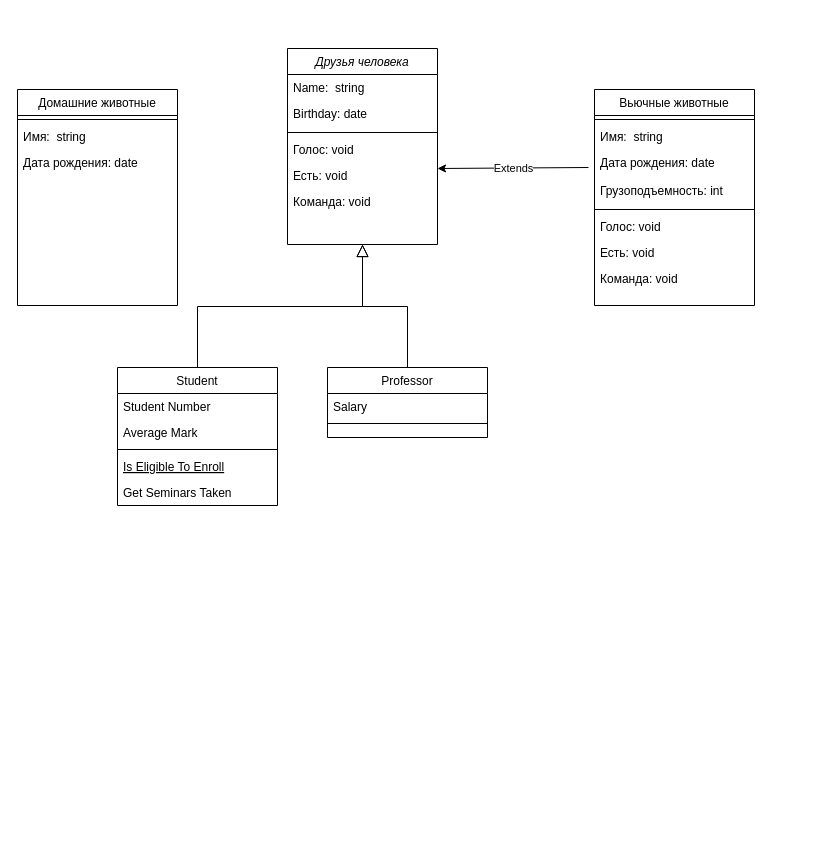
This is Диаграмма без названия.drawio from TimBusuok/intervalforGB, a draw.io file, before an edit. Source tidied: cells renumbered, new cells numbered last; positions are measured from the earlier drawing's top-left corner, leaving out a move shared by most shapes. Both pictures are drawn from the tidied source at 100%, with x=0, y=0 at pixel (17, 48).
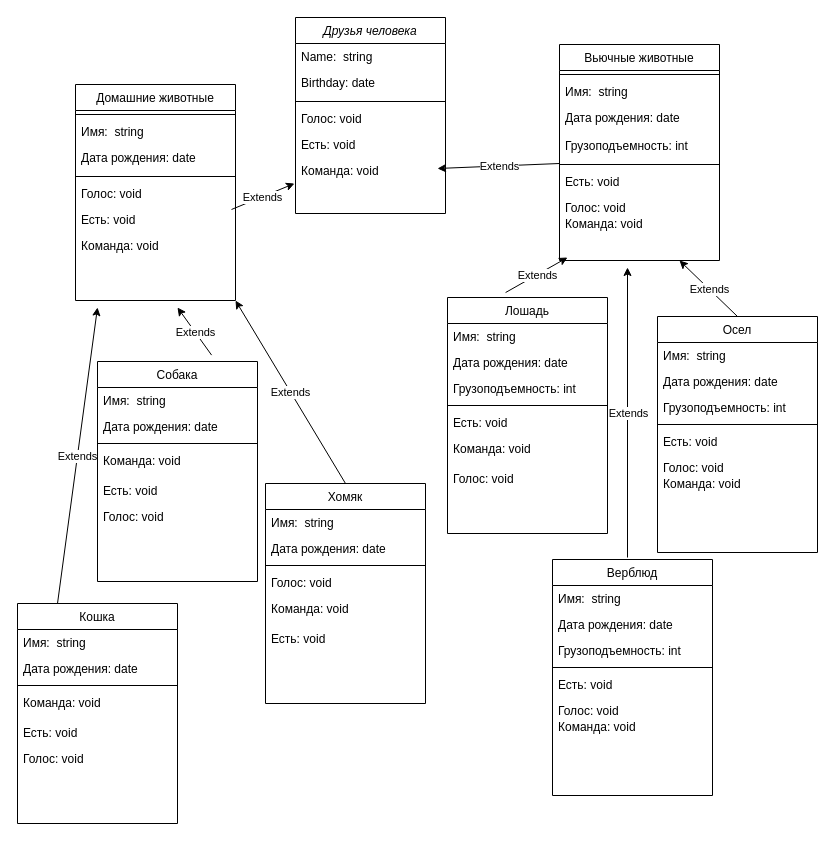
The same page after the edit.

Commit message:
доделала диаграмму

The change refers to these unchanged cells:
```xml
<mxCell id="8" value="Команда: void" style="text;align=left;verticalAlign=top;spacingLeft=4;spacingRight=4;overflow=hidden;points=[[0,0.5],[1,0.5]];portConstraint=eastwest;" parent="2" vertex="1">
  <mxGeometry y="140" width="150" height="30" as="geometry" />
</mxCell>
<mxCell id="25" style="line;html=1;strokeWidth=1;align=left;verticalAlign=middle;spacingTop=-1;spacingLeft=3;spacingRight=3;labelPosition=right;points=[];portConstraint=eastwest;" parent="20" vertex="1">
  <mxGeometry y="116" width="160" height="8" as="geometry" />
</mxCell>
```

Change to the diagram source:
```diff
@@
     <mxCell id="2" value="Друзья человека" style="swimlane;fontStyle=2;align=center;verticalAlign=top;horizontal=1;startSize=26;rounded=0;shadow=0;strokeWidth=1;" parent="1" vertex="1">
-      <mxGeometry x="270" width="150" height="196" as="geometry" />
+      <mxGeometry x="278" y="-31" width="150" height="196" as="geometry" />
     </mxCell>
@@
-    <mxCell id="9" value="Student" style="swimlane;fontStyle=0;align=center;verticalAlign=top;horizontal=1;startSize=26;rounded=0;shadow=0;strokeWidth=1;" parent="1" vertex="1">
-      <mxGeometry x="100" y="319" width="160" height="138" as="geometry" />
+    <mxCell id="9" value="Собака" style="swimlane;fontStyle=0;align=center;verticalAlign=top;horizontal=1;startSize=26;rounded=0;shadow=0;strokeWidth=1;" parent="1" vertex="1">
+      <mxGeometry x="80" y="313" width="160" height="220" as="geometry" />
     </mxCell>
-    <mxCell id="10" value="Student Number" style="text;align=left;verticalAlign=top;spacingLeft=4;spacingRight=4;overflow=hidden;" parent="9" vertex="1">
+    <mxCell id="10" value="Имя:  string" style="text;align=left;verticalAlign=top;spacingLeft=4;spacingRight=4;overflow=hidden;" parent="9" vertex="1">
       <mxGeometry y="26" width="160" height="26" as="geometry" />
     </mxCell>
-    <mxCell id="11" value="Average Mark" style="text;align=left;verticalAlign=top;spacingLeft=4;spacingRight=4;overflow=hidden;rounded=0;shadow=0;html=0;" parent="9" vertex="1">
+    <mxCell id="11" value="Дата рождения: date" style="text;align=left;verticalAlign=top;spacingLeft=4;spacingRight=4;overflow=hidden;rounded=0;shadow=0;html=0;" parent="9" vertex="1">
       <mxGeometry y="52" width="160" height="26" as="geometry" />
     </mxCell>
@@
-    <mxCell id="13" value="Is Eligible To Enroll" style="text;align=left;verticalAlign=top;spacingLeft=4;spacingRight=4;overflow=hidden;fontStyle=4;" parent="9" vertex="1">
-      <mxGeometry y="86" width="160" height="26" as="geometry" />
-    </mxCell>
-    <mxCell id="14" value="Get Seminars Taken" style="text;align=left;verticalAlign=top;spacingLeft=4;spacingRight=4;overflow=hidden;" parent="9" vertex="1">
-      <mxGeometry y="112" width="160" height="26" as="geometry" />
-    </mxCell>
-    <mxCell id="15" style="endArrow=block;endSize=10;endFill=0;shadow=0;strokeWidth=1;rounded=0;edgeStyle=elbowEdgeStyle;elbow=vertical;" parent="1" edge="1" source="9" target="2">
-      <mxGeometry relative="1" as="geometry" />
-    </mxCell>
-    <mxCell id="16" value="Professor" style="swimlane;fontStyle=0;align=center;verticalAlign=top;horizontal=1;startSize=26;rounded=0;shadow=0;strokeWidth=1;" parent="1" vertex="1">
-      <mxGeometry x="310" y="319" width="160" height="70" as="geometry" />
-    </mxCell>
-    <mxCell id="17" value="Salary" style="text;align=left;verticalAlign=top;spacingLeft=4;spacingRight=4;overflow=hidden;" parent="16" vertex="1">
-      <mxGeometry y="26" width="160" height="26" as="geometry" />
-    </mxCell>
-    <mxCell id="18" style="line;html=1;strokeWidth=1;align=left;verticalAlign=middle;spacingTop=-1;spacingLeft=3;spacingRight=3;labelPosition=right;" parent="16" vertex="1">
-      <mxGeometry y="52" width="160" height="8" as="geometry" />
-    </mxCell>
-    <mxCell id="19" style="endArrow=block;endSize=10;endFill=0;shadow=0;strokeWidth=1;rounded=0;edgeStyle=elbowEdgeStyle;elbow=vertical;" parent="1" edge="1" source="16" target="2">
-      <mxGeometry relative="1" as="geometry" />
-    </mxCell>
+    <mxCell id="35" value="Команда: void" style="text;align=left;verticalAlign=top;spacingLeft=4;spacingRight=4;overflow=hidden;" parent="9" vertex="1">
+      <mxGeometry y="86" width="160" height="30" as="geometry" />
+    </mxCell>
+    <mxCell id="36" value="Есть: void" style="text;align=left;verticalAlign=top;spacingLeft=4;spacingRight=4;overflow=hidden;" parent="9" vertex="1">
+      <mxGeometry y="116" width="160" height="26" as="geometry" />
+    </mxCell>
+    <mxCell id="37" value="Голос: void" style="text;align=left;verticalAlign=top;spacingLeft=4;spacingRight=4;overflow=hidden;" parent="9" vertex="1">
+      <mxGeometry y="142" width="160" height="26" as="geometry" />
+    </mxCell>
     <mxCell id="20" value="Вьючные животные" style="swimlane;fontStyle=0;align=center;verticalAlign=top;horizontal=1;startSize=26;rounded=0;shadow=0;strokeWidth=1;" parent="1" vertex="1">
-      <mxGeometry x="577" y="41" width="160" height="216" as="geometry" />
+      <mxGeometry x="542" y="-4" width="160" height="216" as="geometry" />
     </mxCell>
@@
+    <mxCell id="27" value="Есть: void" style="text;align=left;verticalAlign=top;spacingLeft=4;spacingRight=4;overflow=hidden;" parent="20" vertex="1">
+      <mxGeometry y="124" width="160" height="26" as="geometry" />
+    </mxCell>
     <mxCell id="26" value="Голос: void" style="text;align=left;verticalAlign=top;spacingLeft=4;spacingRight=4;overflow=hidden;" parent="20" vertex="1">
-      <mxGeometry y="124" width="160" height="26" as="geometry" />
+      <mxGeometry y="150" width="160" height="16" as="geometry" />
     </mxCell>
-    <mxCell id="27" value="Есть: void" style="text;align=left;verticalAlign=top;spacingLeft=4;spacingRight=4;overflow=hidden;" parent="20" vertex="1">
-      <mxGeometry y="150" width="160" height="26" as="geometry" />
-    </mxCell>
     <mxCell id="28" value="Команда: void" style="text;align=left;verticalAlign=top;spacingLeft=4;spacingRight=4;overflow=hidden;" parent="20" vertex="1">
-      <mxGeometry y="176" width="160" height="30" as="geometry" />
+      <mxGeometry y="166" width="160" height="30" as="geometry" />
     </mxCell>
-    <mxCell id="29" style="endArrow=classic;html=1;rounded=0;exitX=0;exitY=0.5;exitDx=0;exitDy=0;" parent="1" edge="1">
+    <mxCell id="29" style="endArrow=classic;html=1;rounded=0;exitX=0;exitY=0.375;exitDx=0;exitDy=0;exitPerimeter=0;" parent="1" edge="1" source="25">
       <mxGeometry relative="1" as="geometry">
-        <mxPoint x="571" y="119" as="sourcePoint" />
         <mxPoint x="420" y="120" as="targetPoint" />
       </mxGeometry>
     </mxCell>
@@
     <mxCell id="31" value="Домашние животные" style="swimlane;fontStyle=0;align=center;verticalAlign=top;horizontal=1;startSize=26;rounded=0;shadow=0;strokeWidth=1;" parent="1" vertex="1">
-      <mxGeometry y="41" width="160" height="216" as="geometry" />
+      <mxGeometry x="58" y="36" width="160" height="216" as="geometry" />
     </mxCell>
@@
+    <mxCell id="38" style="line;html=1;strokeWidth=1;align=left;verticalAlign=middle;spacingTop=-1;spacingLeft=3;spacingRight=3;labelPosition=right;" parent="31" vertex="1">
+      <mxGeometry y="88" width="160" height="8" as="geometry" />
+    </mxCell>
+    <mxCell id="39" value="Голос: void" style="text;align=left;verticalAlign=top;spacingLeft=4;spacingRight=4;overflow=hidden;" parent="31" vertex="1">
+      <mxGeometry y="96" width="160" height="26" as="geometry" />
+    </mxCell>
+    <mxCell id="40" value="Есть: void" style="text;align=left;verticalAlign=top;spacingLeft=4;spacingRight=4;overflow=hidden;points=[[0,0.5],[1,0.5]];portConstraint=eastwest;" parent="31" vertex="1">
+      <mxGeometry y="122" width="160" height="26" as="geometry" />
+    </mxCell>
+    <mxCell id="41" value="Команда: void" style="text;align=left;verticalAlign=top;spacingLeft=4;spacingRight=4;overflow=hidden;" parent="31" vertex="1">
+      <mxGeometry y="148" width="160" height="30" as="geometry" />
+    </mxCell>
+    <mxCell id="42" style="endArrow=classic;html=1;rounded=0;exitX=0.975;exitY=0.115;exitDx=0;exitDy=0;entryX=-0.007;entryY=0.867;entryDx=0;entryDy=0;entryPerimeter=0;exitPerimeter=0;" parent="1" edge="1" source="40" target="8">
+      <mxGeometry relative="1" as="geometry" />
+    </mxCell>
+    <mxCell id="43" value="Extends" style="edgeLabel;html=1;align=center;verticalAlign=middle;" parent="42" vertex="1">
+      <mxGeometry relative="1" as="geometry">
+        <mxPoint x="-1" as="offset" />
+      </mxGeometry>
+    </mxCell>
+    <mxCell id="44" value="Хомяк" style="swimlane;fontStyle=0;align=center;verticalAlign=top;horizontal=1;startSize=26;rounded=0;shadow=0;strokeWidth=1;" parent="1" vertex="1">
+      <mxGeometry x="248" y="435" width="160" height="220" as="geometry" />
+    </mxCell>
+    <mxCell id="45" value="Имя:  string" style="text;align=left;verticalAlign=top;spacingLeft=4;spacingRight=4;overflow=hidden;" parent="44" vertex="1">
+      <mxGeometry y="26" width="160" height="26" as="geometry" />
+    </mxCell>
+    <mxCell id="46" value="Дата рождения: date" style="text;align=left;verticalAlign=top;spacingLeft=4;spacingRight=4;overflow=hidden;rounded=0;shadow=0;html=0;" parent="44" vertex="1">
+      <mxGeometry y="52" width="160" height="26" as="geometry" />
+    </mxCell>
+    <mxCell id="47" style="line;html=1;strokeWidth=1;align=left;verticalAlign=middle;spacingTop=-1;spacingLeft=3;spacingRight=3;labelPosition=right;" parent="44" vertex="1">
+      <mxGeometry y="78" width="160" height="8" as="geometry" />
+    </mxCell>
+    <mxCell id="48" value="Голос: void" style="text;align=left;verticalAlign=top;spacingLeft=4;spacingRight=4;overflow=hidden;" parent="44" vertex="1">
+      <mxGeometry y="86" width="160" height="26" as="geometry" />
+    </mxCell>
+    <mxCell id="49" value="Команда: void" style="text;align=left;verticalAlign=top;spacingLeft=4;spacingRight=4;overflow=hidden;" parent="44" vertex="1">
+      <mxGeometry y="112" width="160" height="30" as="geometry" />
+    </mxCell>
+    <mxCell id="50" value="Есть: void" style="text;align=left;verticalAlign=top;spacingLeft=4;spacingRight=4;overflow=hidden;" parent="44" vertex="1">
+      <mxGeometry y="142" width="160" height="26" as="geometry" />
+    </mxCell>
+    <mxCell id="51" value="Кошка" style="swimlane;fontStyle=0;align=center;verticalAlign=top;horizontal=1;startSize=26;rounded=0;shadow=0;strokeWidth=1;" parent="1" vertex="1">
+      <mxGeometry y="555" width="160" height="220" as="geometry" />
+    </mxCell>
+    <mxCell id="52" value="Имя:  string" style="text;align=left;verticalAlign=top;spacingLeft=4;spacingRight=4;overflow=hidden;" parent="51" vertex="1">
+      <mxGeometry y="26" width="160" height="26" as="geometry" />
+    </mxCell>
+    <mxCell id="53" value="Дата рождения: date" style="text;align=left;verticalAlign=top;spacingLeft=4;spacingRight=4;overflow=hidden;rounded=0;shadow=0;html=0;" parent="51" vertex="1">
+      <mxGeometry y="52" width="160" height="26" as="geometry" />
+    </mxCell>
+    <mxCell id="54" style="line;html=1;strokeWidth=1;align=left;verticalAlign=middle;spacingTop=-1;spacingLeft=3;spacingRight=3;labelPosition=right;" parent="51" vertex="1">
+      <mxGeometry y="78" width="160" height="8" as="geometry" />
+    </mxCell>
+    <mxCell id="55" value="Команда: void" style="text;align=left;verticalAlign=top;spacingLeft=4;spacingRight=4;overflow=hidden;" parent="51" vertex="1">
+      <mxGeometry y="86" width="160" height="30" as="geometry" />
+    </mxCell>
+    <mxCell id="56" value="Есть: void" style="text;align=left;verticalAlign=top;spacingLeft=4;spacingRight=4;overflow=hidden;" parent="51" vertex="1">
+      <mxGeometry y="116" width="160" height="26" as="geometry" />
+    </mxCell>
+    <mxCell id="57" value="Голос: void" style="text;align=left;verticalAlign=top;spacingLeft=4;spacingRight=4;overflow=hidden;" parent="51" vertex="1">
+      <mxGeometry y="142" width="160" height="26" as="geometry" />
+    </mxCell>
+    <mxCell id="58" value="Лошадь" style="swimlane;fontStyle=0;align=center;verticalAlign=top;horizontal=1;startSize=26;rounded=0;shadow=0;strokeWidth=1;" parent="1" vertex="1">
+      <mxGeometry x="430" y="249" width="160" height="236" as="geometry" />
+    </mxCell>
+    <mxCell id="59" value="Имя:  string" style="text;align=left;verticalAlign=top;spacingLeft=4;spacingRight=4;overflow=hidden;" parent="58" vertex="1">
+      <mxGeometry y="26" width="160" height="26" as="geometry" />
+    </mxCell>
+    <mxCell id="60" value="Дата рождения: date" style="text;align=left;verticalAlign=top;spacingLeft=4;spacingRight=4;overflow=hidden;rounded=0;shadow=0;html=0;" parent="58" vertex="1">
+      <mxGeometry y="52" width="160" height="26" as="geometry" />
+    </mxCell>
+    <mxCell id="61" value="Грузоподъемность: int" style="text;align=left;verticalAlign=top;spacingLeft=4;spacingRight=4;overflow=hidden;rounded=0;shadow=0;html=0;" parent="58" vertex="1">
+      <mxGeometry y="78" width="160" height="26" as="geometry" />
+    </mxCell>
+    <mxCell id="62" style="line;html=1;strokeWidth=1;align=left;verticalAlign=middle;spacingTop=-1;spacingLeft=3;spacingRight=3;labelPosition=right;" parent="58" vertex="1">
+      <mxGeometry y="104" width="160" height="8" as="geometry" />
+    </mxCell>
+    <mxCell id="63" value="Есть: void" style="text;align=left;verticalAlign=top;spacingLeft=4;spacingRight=4;overflow=hidden;" parent="58" vertex="1">
+      <mxGeometry y="112" width="160" height="26" as="geometry" />
+    </mxCell>
+    <mxCell id="64" value="Команда: void" style="text;align=left;verticalAlign=top;spacingLeft=4;spacingRight=4;overflow=hidden;" parent="58" vertex="1">
+      <mxGeometry y="138" width="160" height="30" as="geometry" />
+    </mxCell>
+    <mxCell id="65" value="Голос: void" style="text;align=left;verticalAlign=top;spacingLeft=4;spacingRight=4;overflow=hidden;" parent="58" vertex="1">
+      <mxGeometry y="168" width="160" height="16" as="geometry" />
+    </mxCell>
+    <mxCell id="66" value="Верблюд" style="swimlane;fontStyle=0;align=center;verticalAlign=top;horizontal=1;startSize=26;rounded=0;shadow=0;strokeWidth=1;" parent="1" vertex="1">
+      <mxGeometry x="535" y="511" width="160" height="236" as="geometry" />
+    </mxCell>
+    <mxCell id="67" value="Имя:  string" style="text;align=left;verticalAlign=top;spacingLeft=4;spacingRight=4;overflow=hidden;" parent="66" vertex="1">
+      <mxGeometry y="26" width="160" height="26" as="geometry" />
+    </mxCell>
+    <mxCell id="68" value="Дата рождения: date" style="text;align=left;verticalAlign=top;spacingLeft=4;spacingRight=4;overflow=hidden;rounded=0;shadow=0;html=0;" parent="66" vertex="1">
+      <mxGeometry y="52" width="160" height="26" as="geometry" />
+    </mxCell>
+    <mxCell id="69" value="Грузоподъемность: int" style="text;align=left;verticalAlign=top;spacingLeft=4;spacingRight=4;overflow=hidden;rounded=0;shadow=0;html=0;" parent="66" vertex="1">
+      <mxGeometry y="78" width="160" height="26" as="geometry" />
+    </mxCell>
+    <mxCell id="70" style="line;html=1;strokeWidth=1;align=left;verticalAlign=middle;spacingTop=-1;spacingLeft=3;spacingRight=3;labelPosition=right;" parent="66" vertex="1">
+      <mxGeometry y="104" width="160" height="8" as="geometry" />
+    </mxCell>
+    <mxCell id="71" value="Есть: void" style="text;align=left;verticalAlign=top;spacingLeft=4;spacingRight=4;overflow=hidden;" parent="66" vertex="1">
+      <mxGeometry y="112" width="160" height="26" as="geometry" />
+    </mxCell>
+    <mxCell id="72" value="Голос: void" style="text;align=left;verticalAlign=top;spacingLeft=4;spacingRight=4;overflow=hidden;" parent="66" vertex="1">
+      <mxGeometry y="138" width="160" height="16" as="geometry" />
+    </mxCell>
+    <mxCell id="73" value="Команда: void" style="text;align=left;verticalAlign=top;spacingLeft=4;spacingRight=4;overflow=hidden;" parent="66" vertex="1">
+      <mxGeometry y="154" width="160" height="30" as="geometry" />
+    </mxCell>
+    <mxCell id="74" value="Осел" style="swimlane;fontStyle=0;align=center;verticalAlign=top;horizontal=1;startSize=26;rounded=0;shadow=0;strokeWidth=1;" parent="1" vertex="1">
+      <mxGeometry x="640" y="268" width="160" height="236" as="geometry" />
+    </mxCell>
+    <mxCell id="75" value="Имя:  string" style="text;align=left;verticalAlign=top;spacingLeft=4;spacingRight=4;overflow=hidden;" parent="74" vertex="1">
+      <mxGeometry y="26" width="160" height="26" as="geometry" />
+    </mxCell>
+    <mxCell id="76" value="Дата рождения: date" style="text;align=left;verticalAlign=top;spacingLeft=4;spacingRight=4;overflow=hidden;rounded=0;shadow=0;html=0;" parent="74" vertex="1">
+      <mxGeometry y="52" width="160" height="26" as="geometry" />
+    </mxCell>
+    <mxCell id="77" value="Грузоподъемность: int" style="text;align=left;verticalAlign=top;spacingLeft=4;spacingRight=4;overflow=hidden;rounded=0;shadow=0;html=0;" parent="74" vertex="1">
+      <mxGeometry y="78" width="160" height="26" as="geometry" />
+    </mxCell>
+    <mxCell id="78" style="line;html=1;strokeWidth=1;align=left;verticalAlign=middle;spacingTop=-1;spacingLeft=3;spacingRight=3;labelPosition=right;" parent="74" vertex="1">
+      <mxGeometry y="104" width="160" height="8" as="geometry" />
+    </mxCell>
+    <mxCell id="79" value="Есть: void" style="text;align=left;verticalAlign=top;spacingLeft=4;spacingRight=4;overflow=hidden;" parent="74" vertex="1">
+      <mxGeometry y="112" width="160" height="26" as="geometry" />
+    </mxCell>
+    <mxCell id="80" value="Голос: void" style="text;align=left;verticalAlign=top;spacingLeft=4;spacingRight=4;overflow=hidden;" parent="74" vertex="1">
+      <mxGeometry y="138" width="160" height="16" as="geometry" />
+    </mxCell>
+    <mxCell id="81" value="Команда: void" style="text;align=left;verticalAlign=top;spacingLeft=4;spacingRight=4;overflow=hidden;" parent="74" vertex="1">
+      <mxGeometry y="154" width="160" height="30" as="geometry" />
+    </mxCell>
+    <mxCell id="82" style="endArrow=classic;html=1;rounded=0;exitX=0.713;exitY=-0.029;exitDx=0;exitDy=0;exitPerimeter=0;" parent="1" edge="1" source="9">
+      <mxGeometry relative="1" as="geometry">
+        <mxPoint x="160" y="259" as="targetPoint" />
+      </mxGeometry>
+    </mxCell>
+    <mxCell id="83" value="Extends" style="edgeLabel;html=1;align=center;verticalAlign=middle;" parent="82" vertex="1">
+      <mxGeometry relative="1" as="geometry" />
+    </mxCell>
+    <mxCell id="84" style="endArrow=classic;html=1;rounded=0;exitX=0.5;exitY=0;exitDx=0;exitDy=0;entryX=1;entryY=1;entryDx=0;entryDy=0;" parent="1" edge="1" source="44" target="31">
+      <mxGeometry relative="1" as="geometry" />
+    </mxCell>
+    <mxCell id="85" value="Extends" style="edgeLabel;html=1;align=center;verticalAlign=middle;" parent="84" vertex="1">
+      <mxGeometry relative="1" as="geometry" />
+    </mxCell>
+    <mxCell id="86" style="endArrow=classic;html=1;rounded=0;exitX=0.25;exitY=0;exitDx=0;exitDy=0;" parent="1" edge="1" source="51">
+      <mxGeometry relative="1" as="geometry">
+        <mxPoint x="80" y="259" as="targetPoint" />
+      </mxGeometry>
+    </mxCell>
+    <mxCell id="87" value="Extends" style="edgeLabel;html=1;align=center;verticalAlign=middle;" parent="86" vertex="1">
+      <mxGeometry relative="1" as="geometry" />
+    </mxCell>
+    <mxCell id="88" style="endArrow=classic;html=1;rounded=0;" parent="1" edge="1">
+      <mxGeometry relative="1" as="geometry">
+        <mxPoint x="610" y="509" as="sourcePoint" />
+        <mxPoint x="610" y="219" as="targetPoint" />
+      </mxGeometry>
+    </mxCell>
+    <mxCell id="89" value="Extends" style="edgeLabel;html=1;align=center;verticalAlign=middle;" parent="88" vertex="1">
+      <mxGeometry relative="1" as="geometry" />
+    </mxCell>
+    <mxCell id="90" style="endArrow=classic;html=1;rounded=0;exitX=0.363;exitY=-0.021;exitDx=0;exitDy=0;exitPerimeter=0;" parent="1" edge="1" source="58">
+      <mxGeometry relative="1" as="geometry">
+        <mxPoint x="550" y="209" as="targetPoint" />
+      </mxGeometry>
+    </mxCell>
+    <mxCell id="91" value="Extends" style="edgeLabel;html=1;align=center;verticalAlign=middle;" parent="90" vertex="1">
+      <mxGeometry relative="1" as="geometry" />
+    </mxCell>
+    <mxCell id="92" style="endArrow=classic;html=1;rounded=0;exitX=0.5;exitY=0;exitDx=0;exitDy=0;entryX=0.75;entryY=1;entryDx=0;entryDy=0;" parent="1" edge="1" source="74" target="20">
+      <mxGeometry relative="1" as="geometry" />
+    </mxCell>
+    <mxCell id="93" value="Extends" style="edgeLabel;html=1;align=center;verticalAlign=middle;" parent="92" vertex="1">
+      <mxGeometry relative="1" as="geometry" />
+    </mxCell>
```
